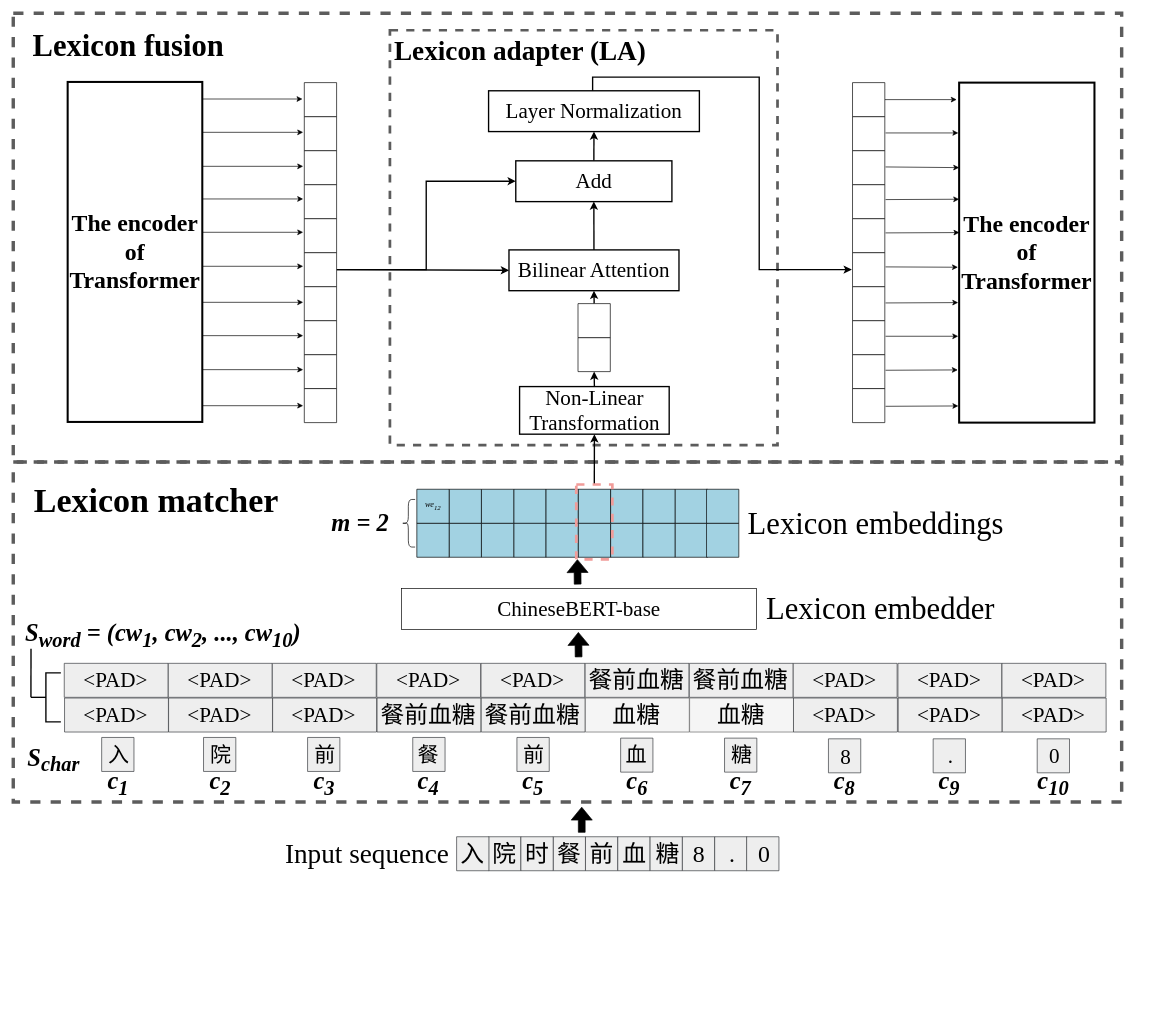
JJackMoO/Jackert_draw keeps this draw.io diagram as page "第 4 页" (4 of 4) of SCLert_model.drawio. Above is the earlier version. Source tidied: cells renumbered, new cells numbered last; positions are measured from the earlier drawing's top-left corner, leaving out a move shared by most shapes. Both pictures are drawn from the tidied source at 68%, with x=0, y=0 at pixel (13, 13).
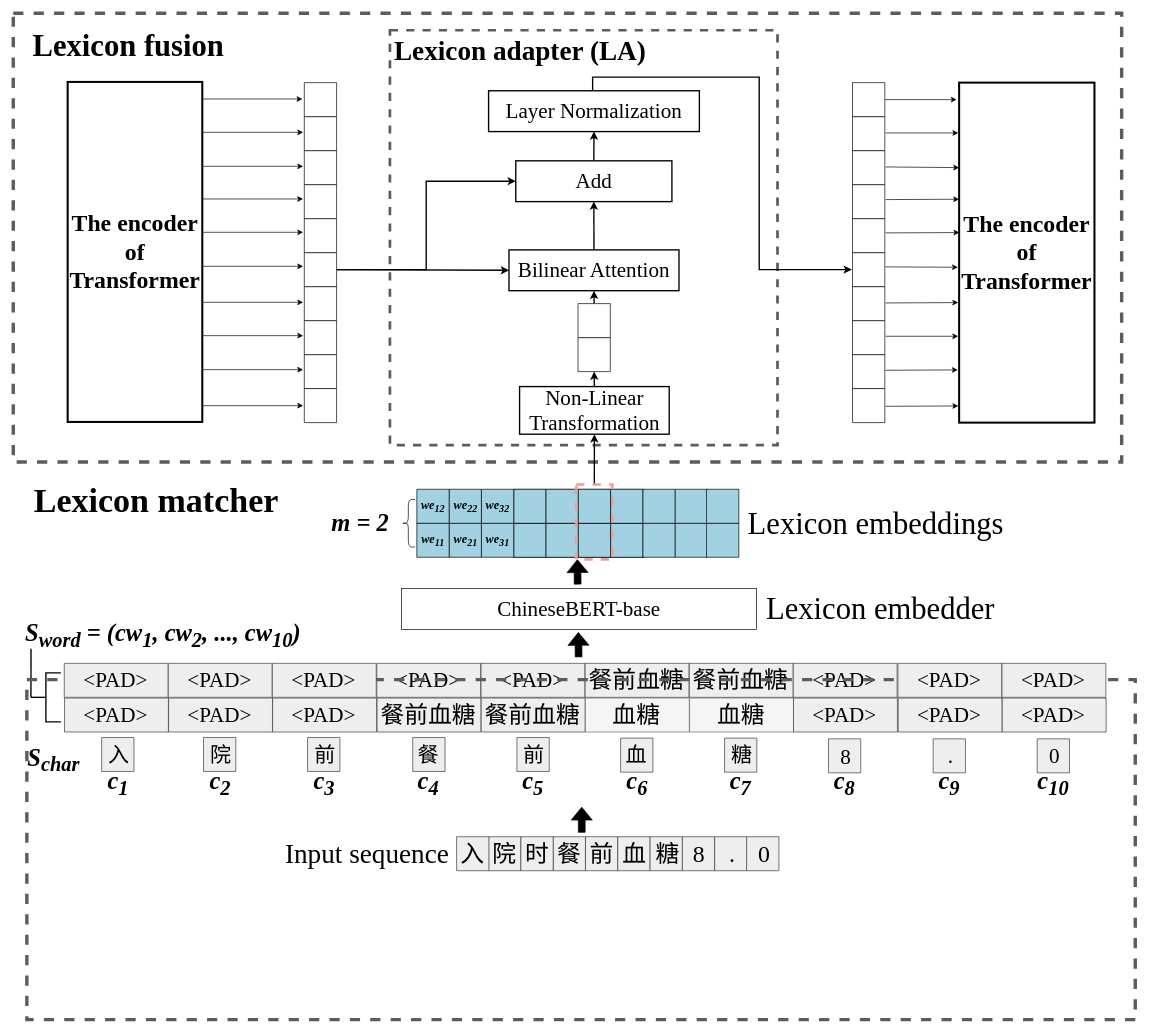
Above is the later version.

The edit, as a diff of the source:
```diff
@@
-    <mxCell id="4" style="rounded=0;whiteSpace=wrap;html=1;fontFamily=Times New Roman;fontSize=33;fillColor=none;strokeWidth=5;fontColor=#333333;strokeColor=#5C5C5C;dashed=1;" parent="1" vertex="1">
-      <mxGeometry y="660" width="1630" height="500" as="geometry" />
-    </mxCell>
@@
-    <mxCell id="46" style="group;fillColor=#A2D2E2;" parent="1" vertex="1">
+    <mxCell id="46" style="group;fillColor=#A2D2E2;verticalAlign=middle;strokeColor=default;fillStyle=auto;gradientDirection=north;shadow=0;sketch=0;fontFamily=Times New Roman;fontStyle=3;fontSize=18;" parent="1" vertex="1">
       <mxGeometry x="736" y="750" width="192.5" height="50" as="geometry" />
     </mxCell>
-    <mxCell id="47" style="verticalLabelPosition=bottom;verticalAlign=top;html=1;shape=mxgraph.basic.patternFillRect;fillStyle=auto;step=5;fillStrokeWidth=0.2;fillStrokeColor=#dddddd;gradientDirection=north;shadow=0;sketch=0;fillColor=#A2D2E2;" parent="46" vertex="1">
+    <mxCell id="47" style="verticalLabelPosition=bottom;verticalAlign=middle;html=1;shape=mxgraph.basic.patternFillRect;fillStyle=auto;step=5;fillStrokeWidth=0.2;fillStrokeColor=#dddddd;gradientDirection=north;shadow=0;sketch=0;fillColor=#A2D2E2;fontFamily=Times New Roman;fontStyle=3;fontSize=18;" parent="46" vertex="1">
       <mxGeometry width="47.5" height="50" as="geometry" />
     </mxCell>
-    <mxCell id="48" style="verticalLabelPosition=bottom;verticalAlign=top;html=1;shape=mxgraph.basic.patternFillRect;fillStyle=auto;step=5;fillStrokeWidth=0.2;fillStrokeColor=#dddddd;gradientDirection=north;shadow=0;sketch=0;fillColor=#A2D2E2;" parent="46" vertex="1">
+    <mxCell id="48" style="verticalLabelPosition=bottom;verticalAlign=middle;html=1;shape=mxgraph.basic.patternFillRect;fillStyle=auto;step=5;fillStrokeWidth=0.2;fillStrokeColor=#dddddd;gradientDirection=north;shadow=0;sketch=0;fillColor=#A2D2E2;fontFamily=Times New Roman;fontStyle=3;fontSize=18;" parent="46" vertex="1">
       <mxGeometry x="47.5" width="47.5" height="50" as="geometry" />
     </mxCell>
-    <mxCell id="49" style="verticalLabelPosition=bottom;verticalAlign=top;html=1;shape=mxgraph.basic.patternFillRect;fillStyle=auto;step=5;fillStrokeWidth=0.2;fillStrokeColor=#dddddd;gradientDirection=north;shadow=0;sketch=0;fillColor=#A2D2E2;" parent="46" vertex="1">
+    <mxCell id="49" style="verticalLabelPosition=bottom;verticalAlign=middle;html=1;shape=mxgraph.basic.patternFillRect;fillStyle=auto;step=5;fillStrokeWidth=0.2;fillStrokeColor=#dddddd;gradientDirection=north;shadow=0;sketch=0;fillColor=#A2D2E2;fontFamily=Times New Roman;fontStyle=3;fontSize=18;" parent="46" vertex="1">
       <mxGeometry x="95" width="47.5" height="50" as="geometry" />
     </mxCell>
-    <mxCell id="50" style="verticalLabelPosition=bottom;verticalAlign=top;html=1;shape=mxgraph.basic.patternFillRect;fillStyle=auto;step=5;fillStrokeWidth=0.2;fillStrokeColor=#dddddd;gradientDirection=north;shadow=0;sketch=0;fillColor=#A2D2E2;" parent="46" vertex="1">
+    <mxCell id="50" style="verticalLabelPosition=bottom;verticalAlign=middle;html=1;shape=mxgraph.basic.patternFillRect;fillStyle=auto;step=5;fillStrokeWidth=0.2;fillStrokeColor=#dddddd;gradientDirection=north;shadow=0;sketch=0;fillColor=#A2D2E2;fontFamily=Times New Roman;fontStyle=3;fontSize=18;" parent="46" vertex="1">
       <mxGeometry x="142.5" width="47.5" height="50" as="geometry" />
     </mxCell>
-    <mxCell id="51" style="group;fillColor=#A2D2E2;" parent="1" vertex="1">
+    <mxCell id="51" style="group;fillColor=#A2D2E2;verticalAlign=middle;strokeColor=default;fillStyle=auto;gradientDirection=north;shadow=0;sketch=0;fontFamily=Times New Roman;fontStyle=3;fontSize=18;" parent="1" vertex="1">
       <mxGeometry x="736" y="700" width="192.5" height="50" as="geometry" />
     </mxCell>
-    <mxCell id="52" style="verticalLabelPosition=bottom;verticalAlign=top;html=1;shape=mxgraph.basic.patternFillRect;fillStyle=auto;step=5;fillStrokeWidth=0.2;fillStrokeColor=#dddddd;gradientDirection=north;shadow=0;sketch=0;fillColor=#A2D2E2;" parent="51" vertex="1">
+    <mxCell id="52" style="verticalLabelPosition=bottom;verticalAlign=middle;html=1;shape=mxgraph.basic.patternFillRect;fillStyle=auto;step=5;fillStrokeWidth=0.2;fillStrokeColor=#dddddd;gradientDirection=north;shadow=0;sketch=0;fillColor=#A2D2E2;fontFamily=Times New Roman;fontStyle=3;fontSize=18;" parent="51" vertex="1">
       <mxGeometry width="47.5" height="50" as="geometry" />
     </mxCell>
-    <mxCell id="53" style="verticalLabelPosition=bottom;verticalAlign=top;html=1;shape=mxgraph.basic.patternFillRect;fillStyle=auto;step=5;fillStrokeWidth=0.2;fillStrokeColor=#dddddd;gradientDirection=north;shadow=0;sketch=0;fillColor=#A2D2E2;" parent="51" vertex="1">
+    <mxCell id="53" style="verticalLabelPosition=bottom;verticalAlign=middle;html=1;shape=mxgraph.basic.patternFillRect;fillStyle=auto;step=5;fillStrokeWidth=0.2;fillStrokeColor=#dddddd;gradientDirection=north;shadow=0;sketch=0;fillColor=#A2D2E2;fontFamily=Times New Roman;fontStyle=3;fontSize=18;" parent="51" vertex="1">
       <mxGeometry x="47.5" width="47.5" height="50" as="geometry" />
     </mxCell>
-    <mxCell id="54" style="verticalLabelPosition=bottom;verticalAlign=top;html=1;shape=mxgraph.basic.patternFillRect;fillStyle=auto;step=5;fillStrokeWidth=0.2;fillStrokeColor=#dddddd;gradientDirection=north;shadow=0;sketch=0;fillColor=#A2D2E2;" parent="51" vertex="1">
+    <mxCell id="54" style="verticalLabelPosition=bottom;verticalAlign=middle;html=1;shape=mxgraph.basic.patternFillRect;fillStyle=auto;step=5;fillStrokeWidth=0.2;fillStrokeColor=#dddddd;gradientDirection=north;shadow=0;sketch=0;fillColor=#A2D2E2;fontFamily=Times New Roman;fontStyle=3;fontSize=18;" parent="51" vertex="1">
       <mxGeometry x="95" width="47.5" height="50" as="geometry" />
     </mxCell>
-    <mxCell id="55" style="verticalLabelPosition=bottom;verticalAlign=top;html=1;shape=mxgraph.basic.patternFillRect;fillStyle=auto;step=5;fillStrokeWidth=0.2;fillStrokeColor=#dddddd;gradientDirection=north;shadow=0;sketch=0;fillColor=#A2D2E2;" parent="51" vertex="1">
+    <mxCell id="55" style="verticalLabelPosition=bottom;verticalAlign=middle;html=1;shape=mxgraph.basic.patternFillRect;fillStyle=auto;step=5;fillStrokeWidth=0.2;fillStrokeColor=#dddddd;gradientDirection=north;shadow=0;sketch=0;fillColor=#A2D2E2;fontFamily=Times New Roman;fontStyle=3;fontSize=18;" parent="51" vertex="1">
       <mxGeometry x="142.5" width="47.5" height="50" as="geometry" />
     </mxCell>
@@
     <mxCell id="77" style="group;" parent="1" vertex="1">
-      <mxGeometry x="1198.8" y="1068" width="466.5" height="145" as="geometry" />
+      <mxGeometry x="1198.8" y="1068" width="466.5" height="412" as="geometry" />
     </mxCell>
@@
+    <mxCell id="4" style="rounded=0;whiteSpace=wrap;html=1;fontFamily=Times New Roman;fontSize=33;fillColor=none;strokeWidth=5;fontColor=#333333;strokeColor=#5C5C5C;dashed=1;" parent="77" vertex="1">
+      <mxGeometry x="-1178.8" y="-88" width="1630" height="500" as="geometry" />
+    </mxCell>
@@
-    <mxCell id="116" style="verticalLabelPosition=bottom;verticalAlign=top;html=1;shape=mxgraph.basic.patternFillRect;fillStyle=auto;step=5;fillStrokeWidth=0.2;fillStrokeColor=#dddddd;gradientDirection=north;shadow=0;sketch=0;fillColor=#A2D2E2;" parent="1" vertex="1">
+    <mxCell id="116" value="we&lt;sub&gt;21&lt;/sub&gt;" style="verticalLabelPosition=middle;verticalAlign=middle;html=1;shape=mxgraph.basic.patternFillRect;fillStyle=auto;step=5;fillStrokeWidth=0.2;fillStrokeColor=#dddddd;gradientDirection=north;shadow=0;sketch=0;fillColor=#A2D2E2;fontFamily=Times New Roman;fontStyle=3;fontSize=18;labelPosition=center;align=center;" parent="1" vertex="1">
       <mxGeometry x="641" y="750" width="47.5" height="50" as="geometry" />
     </mxCell>
-    <mxCell id="117" style="verticalLabelPosition=bottom;verticalAlign=top;html=1;shape=mxgraph.basic.patternFillRect;fillStyle=auto;step=5;fillStrokeWidth=0.2;fillStrokeColor=#dddddd;gradientDirection=north;shadow=0;sketch=0;fillColor=#A2D2E2;" parent="1" vertex="1">
+    <mxCell id="117" value="we&lt;sub&gt;31&lt;/sub&gt;" style="verticalLabelPosition=middle;verticalAlign=middle;html=1;shape=mxgraph.basic.patternFillRect;fillStyle=auto;step=5;fillStrokeWidth=0.2;fillStrokeColor=#dddddd;gradientDirection=north;shadow=0;sketch=0;fillColor=#A2D2E2;fontFamily=Times New Roman;fontStyle=3;fontSize=18;labelPosition=center;align=center;" parent="1" vertex="1">
       <mxGeometry x="688.5" y="750" width="47.5" height="50" as="geometry" />
     </mxCell>
-    <mxCell id="118" style="verticalLabelPosition=bottom;verticalAlign=top;html=1;shape=mxgraph.basic.patternFillRect;fillStyle=auto;step=5;fillStrokeWidth=0.2;fillStrokeColor=#dddddd;gradientDirection=north;shadow=0;sketch=0;fillColor=#A2D2E2;" parent="1" vertex="1">
+    <mxCell id="118" value="we&lt;sub&gt;22&lt;/sub&gt;" style="verticalLabelPosition=middle;verticalAlign=middle;html=1;shape=mxgraph.basic.patternFillRect;fillStyle=auto;step=5;fillStrokeWidth=0.2;fillStrokeColor=#dddddd;gradientDirection=north;shadow=0;sketch=0;fillColor=#A2D2E2;fontFamily=Times New Roman;fontStyle=3;fontSize=18;labelPosition=center;align=center;" parent="1" vertex="1">
       <mxGeometry x="641" y="700" width="47.5" height="50" as="geometry" />
     </mxCell>
-    <mxCell id="119" style="verticalLabelPosition=bottom;verticalAlign=top;html=1;shape=mxgraph.basic.patternFillRect;fillStyle=auto;step=5;fillStrokeWidth=0.2;fillStrokeColor=#dddddd;gradientDirection=north;shadow=0;sketch=0;fillColor=#A2D2E2;" parent="1" vertex="1">
+    <mxCell id="119" value="we&lt;sub&gt;32&lt;/sub&gt;" style="verticalLabelPosition=middle;verticalAlign=middle;html=1;shape=mxgraph.basic.patternFillRect;fillStyle=auto;step=5;fillStrokeWidth=0.2;fillStrokeColor=#dddddd;gradientDirection=north;shadow=0;sketch=0;fillColor=#A2D2E2;fontFamily=Times New Roman;fontStyle=3;fontSize=18;labelPosition=center;align=center;" parent="1" vertex="1">
       <mxGeometry x="688.5" y="700" width="47.5" height="50" as="geometry" />
     </mxCell>
-    <mxCell id="120" style="verticalLabelPosition=bottom;verticalAlign=top;html=1;shape=mxgraph.basic.patternFillRect;fillStyle=auto;step=5;fillStrokeWidth=0.2;fillStrokeColor=#dddddd;gradientDirection=north;shadow=0;sketch=0;fillColor=#A2D2E2;" parent="1" vertex="1">
+    <mxCell id="120" style="verticalLabelPosition=bottom;verticalAlign=middle;html=1;shape=mxgraph.basic.patternFillRect;fillStyle=auto;step=5;fillStrokeWidth=0.2;fillStrokeColor=#dddddd;gradientDirection=north;shadow=0;sketch=0;fillColor=#A2D2E2;fontFamily=Times New Roman;fontStyle=3;fontSize=18;" parent="1" vertex="1">
       <mxGeometry x="926" y="750" width="47.5" height="50" as="geometry" />
     </mxCell>
-    <mxCell id="121" style="verticalLabelPosition=bottom;verticalAlign=top;html=1;shape=mxgraph.basic.patternFillRect;fillStyle=auto;step=5;fillStrokeWidth=0.2;fillStrokeColor=#dddddd;gradientDirection=north;shadow=0;sketch=0;fillColor=#A2D2E2;" parent="1" vertex="1">
+    <mxCell id="121" style="verticalLabelPosition=bottom;verticalAlign=middle;html=1;shape=mxgraph.basic.patternFillRect;fillStyle=auto;step=5;fillStrokeWidth=0.2;fillStrokeColor=#dddddd;gradientDirection=north;shadow=0;sketch=0;fillColor=#A2D2E2;fontFamily=Times New Roman;fontStyle=3;fontSize=18;" parent="1" vertex="1">
       <mxGeometry x="973.5" y="750" width="47.5" height="50" as="geometry" />
     </mxCell>
-    <mxCell id="122" style="verticalLabelPosition=bottom;verticalAlign=top;html=1;shape=mxgraph.basic.patternFillRect;fillStyle=auto;step=5;fillStrokeWidth=0.2;fillStrokeColor=#dddddd;gradientDirection=north;shadow=0;sketch=0;fillColor=#A2D2E2;" parent="1" vertex="1">
+    <mxCell id="122" style="verticalLabelPosition=bottom;verticalAlign=middle;html=1;shape=mxgraph.basic.patternFillRect;fillStyle=auto;step=5;fillStrokeWidth=0.2;fillStrokeColor=#dddddd;gradientDirection=north;shadow=0;sketch=0;fillColor=#A2D2E2;fontFamily=Times New Roman;fontStyle=3;fontSize=18;" parent="1" vertex="1">
       <mxGeometry x="926" y="700" width="47.5" height="50" as="geometry" />
     </mxCell>
-    <mxCell id="123" style="verticalLabelPosition=bottom;verticalAlign=top;html=1;shape=mxgraph.basic.patternFillRect;fillStyle=auto;step=5;fillStrokeWidth=0.2;fillStrokeColor=#dddddd;gradientDirection=north;shadow=0;sketch=0;fillColor=#A2D2E2;" parent="1" vertex="1">
+    <mxCell id="123" style="verticalLabelPosition=bottom;verticalAlign=middle;html=1;shape=mxgraph.basic.patternFillRect;fillStyle=auto;step=5;fillStrokeWidth=0.2;fillStrokeColor=#dddddd;gradientDirection=north;shadow=0;sketch=0;fillColor=#A2D2E2;fontFamily=Times New Roman;fontStyle=3;fontSize=18;" parent="1" vertex="1">
       <mxGeometry x="973.5" y="700" width="47.5" height="50" as="geometry" />
     </mxCell>
-    <mxCell id="124" style="verticalLabelPosition=bottom;verticalAlign=top;html=1;shape=mxgraph.basic.patternFillRect;fillStyle=auto;step=5;fillStrokeWidth=0.2;fillStrokeColor=#dddddd;gradientDirection=north;shadow=0;sketch=0;fillColor=#A2D2E2;" parent="1" vertex="1">
+    <mxCell id="124" style="verticalLabelPosition=bottom;verticalAlign=middle;html=1;shape=mxgraph.basic.patternFillRect;fillStyle=auto;step=5;fillStrokeWidth=0.2;fillStrokeColor=#dddddd;gradientDirection=north;shadow=0;sketch=0;fillColor=#A2D2E2;fontFamily=Times New Roman;fontStyle=3;fontSize=18;" parent="1" vertex="1">
       <mxGeometry x="1019.5" y="750" width="47.5" height="50" as="geometry" />
     </mxCell>
-    <mxCell id="125" style="verticalLabelPosition=bottom;verticalAlign=top;html=1;shape=mxgraph.basic.patternFillRect;fillStyle=auto;step=5;fillStrokeWidth=0.2;fillStrokeColor=#dddddd;gradientDirection=north;shadow=0;sketch=0;fillColor=#A2D2E2;" parent="1" vertex="1">
+    <mxCell id="125" style="verticalLabelPosition=bottom;verticalAlign=middle;html=1;shape=mxgraph.basic.patternFillRect;fillStyle=auto;step=5;fillStrokeWidth=0.2;fillStrokeColor=#dddddd;gradientDirection=north;shadow=0;sketch=0;fillColor=#A2D2E2;fontFamily=Times New Roman;fontStyle=3;fontSize=18;" parent="1" vertex="1">
       <mxGeometry x="1019.5" y="700" width="47.5" height="50" as="geometry" />
     </mxCell>
-    <mxCell id="126" style="verticalLabelPosition=bottom;verticalAlign=top;html=1;shape=mxgraph.basic.patternFillRect;fillStyle=auto;step=5;fillStrokeWidth=0.2;fillStrokeColor=#dddddd;gradientDirection=north;shadow=0;sketch=0;fillColor=#A2D2E2;" parent="1" vertex="1">
+    <mxCell id="126" value="&lt;font style=&quot;font-size: 18px;&quot;&gt;&lt;b&gt;&lt;i&gt;we&lt;sub&gt;11&lt;/sub&gt;&lt;/i&gt;&lt;/b&gt;&lt;/font&gt;" style="verticalLabelPosition=middle;verticalAlign=middle;html=1;shape=mxgraph.basic.patternFillRect;fillStyle=auto;step=5;fillStrokeWidth=0.2;fillStrokeColor=#dddddd;gradientDirection=north;shadow=0;sketch=0;fillColor=#A2D2E2;labelPosition=center;align=center;fontFamily=Times New Roman;" parent="1" vertex="1">
       <mxGeometry x="593.5" y="750" width="47.5" height="50" as="geometry" />
     </mxCell>
-    <mxCell id="127" value="&lt;p style=&quot;line-height: 100%;&quot;&gt;&lt;font face=&quot;Times New Roman&quot;&gt;&lt;i&gt;we&lt;sub&gt;12&lt;/sub&gt;&lt;/i&gt;&lt;/font&gt;&lt;/p&gt;" style="verticalLabelPosition=middle;verticalAlign=middle;html=1;shape=mxgraph.basic.patternFillRect;fillStyle=auto;step=5;fillStrokeWidth=0.2;fillStrokeColor=#dddddd;gradientDirection=north;shadow=0;sketch=0;fillColor=#A2D2E2;align=center;labelPosition=center;" parent="1" vertex="1">
+    <mxCell id="127" value="&lt;p style=&quot;line-height: 100%;&quot;&gt;&lt;font style=&quot;font-size: 18px;&quot; face=&quot;Times New Roman&quot;&gt;&lt;i&gt;&lt;b&gt;we&lt;sub&gt;12&lt;/sub&gt;&lt;/b&gt;&lt;/i&gt;&lt;/font&gt;&lt;/p&gt;" style="verticalLabelPosition=middle;verticalAlign=middle;html=1;shape=mxgraph.basic.patternFillRect;fillStyle=auto;step=5;fillStrokeWidth=0.2;fillStrokeColor=#dddddd;gradientDirection=north;shadow=0;sketch=0;fillColor=#A2D2E2;align=center;labelPosition=center;" parent="1" vertex="1">
       <mxGeometry x="593.5" y="700" width="47.5" height="50" as="geometry" />
     </mxCell>
@@
-    <mxCell id="132" style="rounded=0;whiteSpace=wrap;html=1;fontFamily=Times New Roman;fontSize=25;fillColor=none;dashed=1;strokeWidth=4;strokeColor=#F19C99;" parent="1" vertex="1">
+    <mxCell id="132" style="rounded=0;whiteSpace=wrap;html=1;fontFamily=Times New Roman;fontSize=18;fillColor=none;dashed=1;strokeWidth=4;strokeColor=#F19C99;fillStyle=auto;gradientDirection=north;shadow=0;sketch=0;fontStyle=3;" parent="1" vertex="1">
       <mxGeometry x="828" y="693" width="53" height="110" as="geometry" />
     </mxCell>
```
